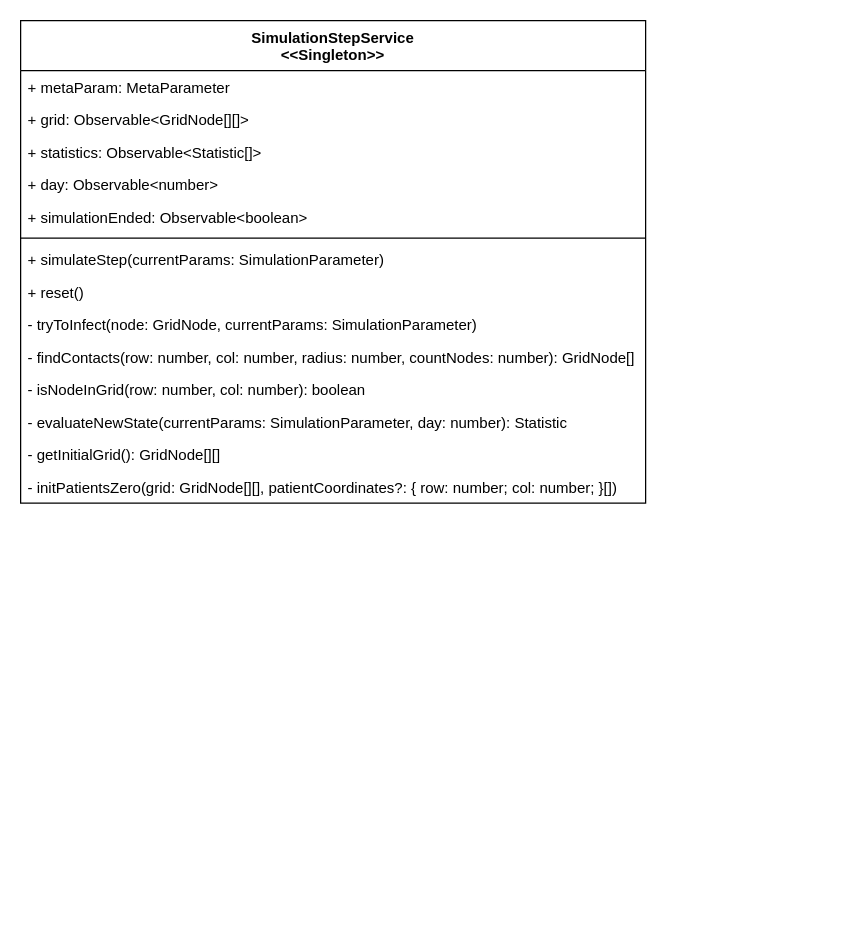
Before: Untitled Diagram.drawio in tammowhs/simulationelectron, a draw.io diagram. Source tidied: cells renumbered, new cells numbered last; positions are measured from the earlier drawing's top-left corner, leaving out a move shared by most shapes. Both pictures are drawn from the tidied source at 125%, with x=0, y=0 at pixel (20, 20).
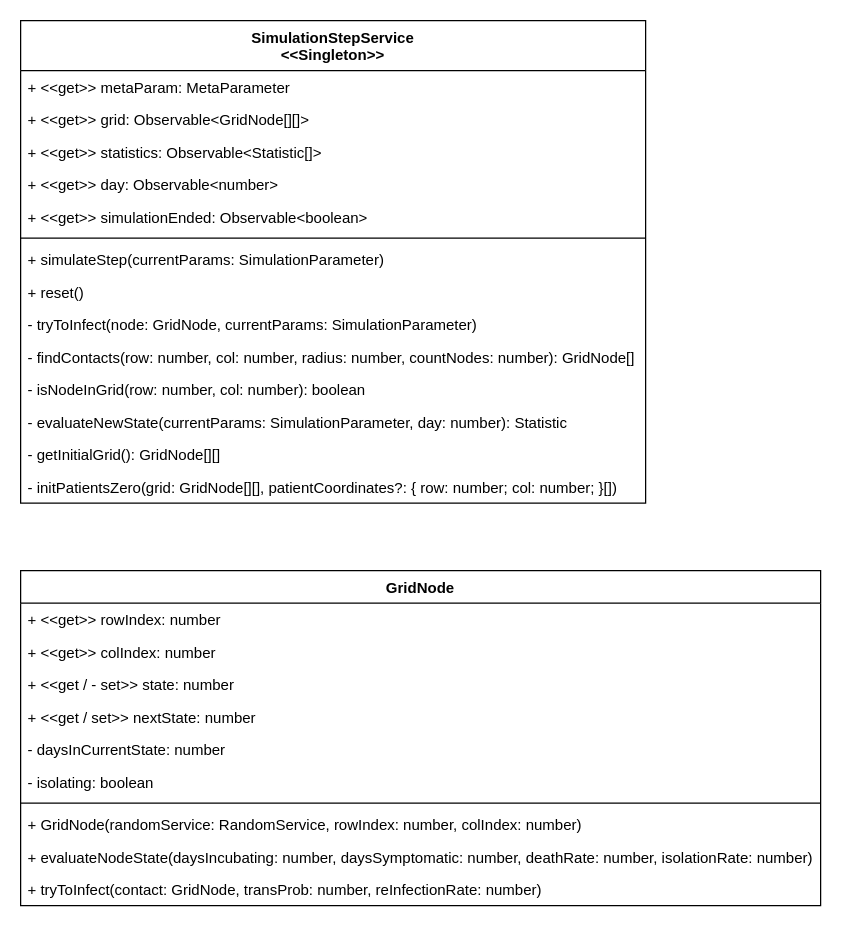
Above is the later version.

Commit message:
getter und setter

Unchanged cells that the change refers to:
```xml
<mxCell id="2" value="SimulationStepService&#10;&lt;&lt;Singleton&gt;&gt;" style="swimlane;fontStyle=1;align=center;verticalAlign=middle;horizontal=1;startSize=40;rounded=0;shadow=0;strokeWidth=1;" parent="1" vertex="1">
  <mxGeometry width="500" height="386" as="geometry" />
</mxCell>
```

Change to the diagram source:
```diff
@@
-    <mxCell id="3" value="+ metaParam: MetaParameter" style="text;align=left;verticalAlign=top;spacingLeft=4;spacingRight=4;overflow=hidden;" parent="2" vertex="1">
+    <mxCell id="3" value="+ &lt;&lt;get&gt;&gt; metaParam: MetaParameter" style="text;align=left;verticalAlign=top;spacingLeft=4;spacingRight=4;overflow=hidden;" parent="2" vertex="1">
       <mxGeometry y="40" width="500" height="26" as="geometry" />
     </mxCell>
-    <mxCell id="4" value="+ grid: Observable&lt;GridNode[][]&gt;" style="text;align=left;verticalAlign=top;spacingLeft=4;spacingRight=4;overflow=hidden;rounded=0;shadow=0;html=0;" parent="2" vertex="1">
+    <mxCell id="4" value="+ &lt;&lt;get&gt;&gt; grid: Observable&lt;GridNode[][]&gt;" style="text;align=left;verticalAlign=top;spacingLeft=4;spacingRight=4;overflow=hidden;rounded=0;shadow=0;html=0;" parent="2" vertex="1">
       <mxGeometry y="66" width="500" height="26" as="geometry" />
     </mxCell>
-    <mxCell id="5" value="+ statistics: Observable&lt;Statistic[]&gt;&#10;" style="text;align=left;verticalAlign=top;spacingLeft=4;spacingRight=4;overflow=hidden;rounded=0;shadow=0;html=0;" parent="2" vertex="1">
+    <mxCell id="5" value="+ &lt;&lt;get&gt;&gt; statistics: Observable&lt;Statistic[]&gt;" style="text;align=left;verticalAlign=top;spacingLeft=4;spacingRight=4;overflow=hidden;rounded=0;shadow=0;html=0;" parent="2" vertex="1">
       <mxGeometry y="92" width="500" height="26" as="geometry" />
     </mxCell>
-    <mxCell id="6" value="+ day: Observable&lt;number&gt;&#10;" style="text;align=left;verticalAlign=top;spacingLeft=4;spacingRight=4;overflow=hidden;rounded=0;shadow=0;html=0;" parent="2" vertex="1">
+    <mxCell id="6" value="+ &lt;&lt;get&gt;&gt; day: Observable&lt;number&gt;" style="text;align=left;verticalAlign=top;spacingLeft=4;spacingRight=4;overflow=hidden;rounded=0;shadow=0;html=0;" parent="2" vertex="1">
       <mxGeometry y="118" width="500" height="26" as="geometry" />
     </mxCell>
-    <mxCell id="7" value="+ simulationEnded: Observable&lt;boolean&gt;&#10;" style="text;align=left;verticalAlign=top;spacingLeft=4;spacingRight=4;overflow=hidden;rounded=0;shadow=0;html=0;" parent="2" vertex="1">
+    <mxCell id="7" value="+ &lt;&lt;get&gt;&gt; simulationEnded: Observable&lt;boolean&gt;&#10;" style="text;align=left;verticalAlign=top;spacingLeft=4;spacingRight=4;overflow=hidden;rounded=0;shadow=0;html=0;" parent="2" vertex="1">
       <mxGeometry y="144" width="500" height="26" as="geometry" />
     </mxCell>
@@
+    <mxCell id="17" value="GridNode" style="swimlane;fontStyle=1;align=center;verticalAlign=top;horizontal=1;startSize=26;" parent="1" vertex="1">
+      <mxGeometry y="440" width="640" height="268" as="geometry" />
+    </mxCell>
+    <mxCell id="18" value="+ &lt;&lt;get&gt;&gt; rowIndex: number" style="text;strokeColor=none;fillColor=none;align=left;verticalAlign=top;spacingLeft=4;spacingRight=4;overflow=hidden;" parent="17" vertex="1">
+      <mxGeometry y="26" width="640" height="26" as="geometry" />
+    </mxCell>
+    <mxCell id="19" value="+ &lt;&lt;get&gt;&gt; colIndex: number" style="text;strokeColor=none;fillColor=none;align=left;verticalAlign=top;spacingLeft=4;spacingRight=4;overflow=hidden;" parent="17" vertex="1">
+      <mxGeometry y="52" width="640" height="26" as="geometry" />
+    </mxCell>
+    <mxCell id="20" value="+ &lt;&lt;get / - set&gt;&gt; state: number" style="text;strokeColor=none;fillColor=none;align=left;verticalAlign=top;spacingLeft=4;spacingRight=4;overflow=hidden;" parent="17" vertex="1">
+      <mxGeometry y="78" width="640" height="26" as="geometry" />
+    </mxCell>
+    <mxCell id="21" value="+ &lt;&lt;get / set&gt;&gt; nextState: number" style="text;strokeColor=none;fillColor=none;align=left;verticalAlign=top;spacingLeft=4;spacingRight=4;overflow=hidden;" parent="17" vertex="1">
+      <mxGeometry y="104" width="640" height="26" as="geometry" />
+    </mxCell>
+    <mxCell id="22" value="- daysInCurrentState: number" style="text;strokeColor=none;fillColor=none;align=left;verticalAlign=top;spacingLeft=4;spacingRight=4;overflow=hidden;" parent="17" vertex="1">
+      <mxGeometry y="130" width="640" height="26" as="geometry" />
+    </mxCell>
+    <mxCell id="23" value="- isolating: boolean" style="text;strokeColor=none;fillColor=none;align=left;verticalAlign=top;spacingLeft=4;spacingRight=4;overflow=hidden;" parent="17" vertex="1">
+      <mxGeometry y="156" width="640" height="26" as="geometry" />
+    </mxCell>
+    <mxCell id="24" style="line;strokeWidth=1;fillColor=none;align=left;verticalAlign=middle;spacingTop=-1;spacingLeft=3;spacingRight=3;labelPosition=right;" parent="17" vertex="1">
+      <mxGeometry y="182" width="640" height="8" as="geometry" />
+    </mxCell>
+    <mxCell id="25" value="+ GridNode(randomService: RandomService, rowIndex: number, colIndex: number)" style="text;strokeColor=none;fillColor=none;align=left;verticalAlign=top;spacingLeft=4;spacingRight=4;overflow=hidden;" parent="17" vertex="1">
+      <mxGeometry y="190" width="640" height="26" as="geometry" />
+    </mxCell>
+    <mxCell id="26" value="+ evaluateNodeState(daysIncubating: number, daysSymptomatic: number, deathRate: number, isolationRate: number)" style="text;strokeColor=none;fillColor=none;align=left;verticalAlign=top;spacingLeft=4;spacingRight=4;overflow=hidden;" parent="17" vertex="1">
+      <mxGeometry y="216" width="640" height="26" as="geometry" />
+    </mxCell>
+    <mxCell id="27" value="+ tryToInfect(contact: GridNode, transProb: number, reInfectionRate: number)" style="text;strokeColor=none;fillColor=none;align=left;verticalAlign=top;spacingLeft=4;spacingRight=4;overflow=hidden;" parent="17" vertex="1">
+      <mxGeometry y="242" width="640" height="26" as="geometry" />
+    </mxCell>
```
